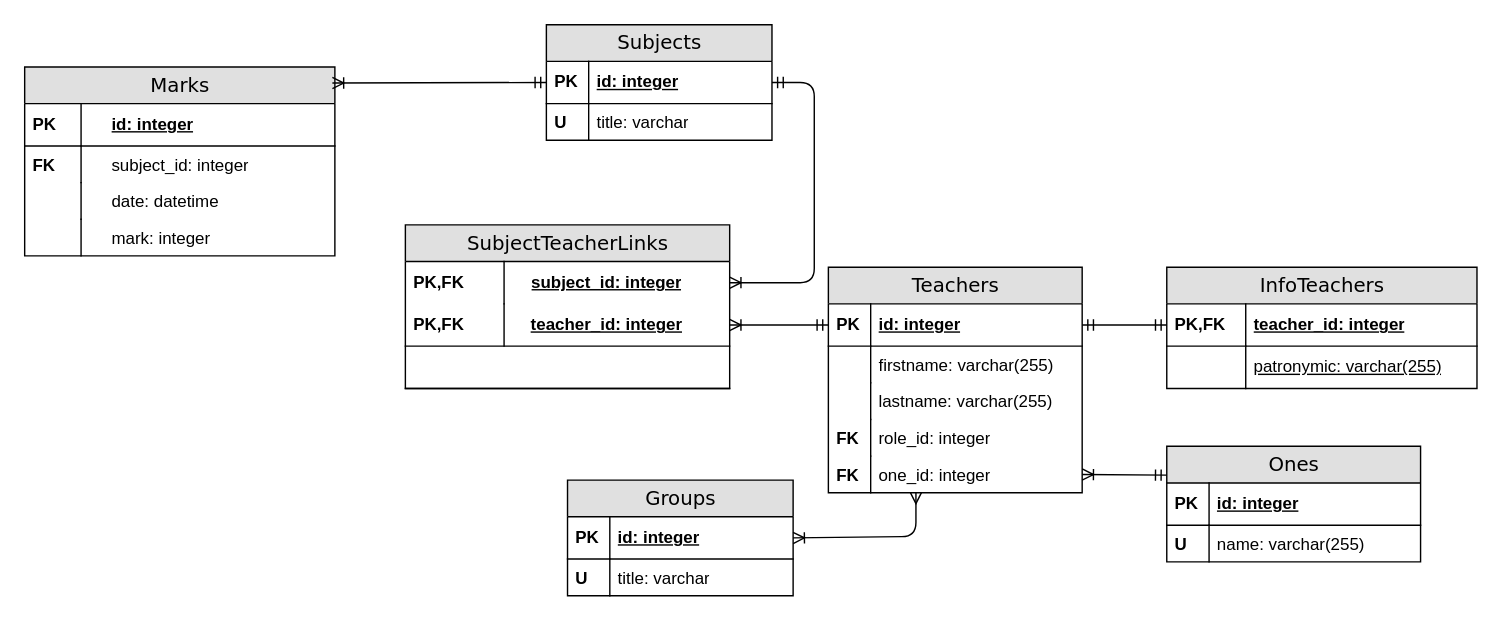
This is page "Page-1" (1 of 2) of er.drawio from Vaynbaum/generate-er-to-sqlalchemy, a draw.io file, before an edit. Source tidied: cells renumbered, new cells numbered last; positions are measured from the earlier drawing's top-left corner, leaving out a move shared by most shapes. Both pictures are drawn from the tidied source at 141%, with x=0, y=0 at pixel (24, 24).
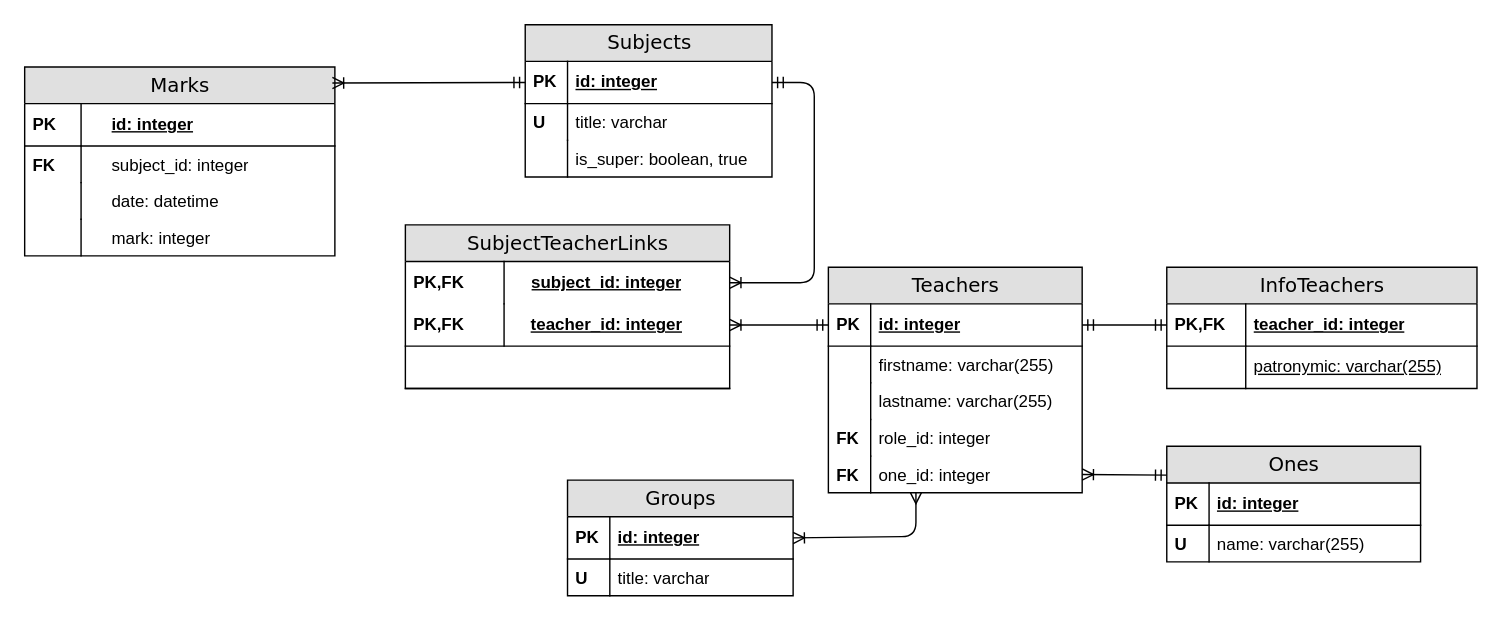
The same diagram, later.

Diff of the diagram source:
```diff
@@
     <mxCell id="11" value="Subjects" style="swimlane;html=1;fontStyle=0;horizontal=1;startSize=26;fillColor=#e0e0e0;swimlaneFillColor=#ffffff;align=center;rounded=0;shadow=0;comic=0;labelBackgroundColor=none;strokeWidth=1;fontFamily=Verdana;fontSize=14;" parent="1" vertex="1">
-      <mxGeometry x="370" width="160" height="82" as="geometry" />
+      <mxGeometry x="355" width="175" height="108" as="geometry" />
     </mxCell>
     <mxCell id="12" value="id: integer" style="shape=partialRectangle;top=0;left=0;right=0;bottom=1;html=1;align=left;verticalAlign=middle;fillColor=none;spacingLeft=34;spacingRight=4;whiteSpace=wrap;overflow=hidden;points=[[0,0.5],[1,0.5]];portConstraint=eastwest;fontStyle=5;" parent="11" vertex="1">
-      <mxGeometry y="26" width="160" height="30" as="geometry" />
+      <mxGeometry y="26" width="175" height="30" as="geometry" />
     </mxCell>
@@
     <mxCell id="14" value="title: varchar" style="shape=partialRectangle;top=0;left=0;right=0;bottom=0;html=1;align=left;verticalAlign=top;fillColor=none;spacingLeft=34;spacingRight=4;whiteSpace=wrap;overflow=hidden;" parent="11" vertex="1">
-      <mxGeometry y="56" width="160" height="26" as="geometry" />
+      <mxGeometry y="56" width="175" height="26" as="geometry" />
     </mxCell>
@@
+    <mxCell id="54" value="is_super: boolean, true" style="shape=partialRectangle;top=0;left=0;right=0;bottom=0;html=1;align=left;verticalAlign=top;fillColor=none;spacingLeft=34;spacingRight=4;whiteSpace=wrap;overflow=hidden;" parent="11" vertex="1">
+      <mxGeometry y="82" width="175" height="26" as="geometry" />
+    </mxCell>
+    <mxCell id="55" style="shape=partialRectangle;top=0;left=0;bottom=0;html=1;fillColor=none;align=left;verticalAlign=top;spacingLeft=4;spacingRight=4;whiteSpace=wrap;overflow=hidden;" parent="54" vertex="1">
+      <mxGeometry width="30" height="26" as="geometry" />
+    </mxCell>
```
